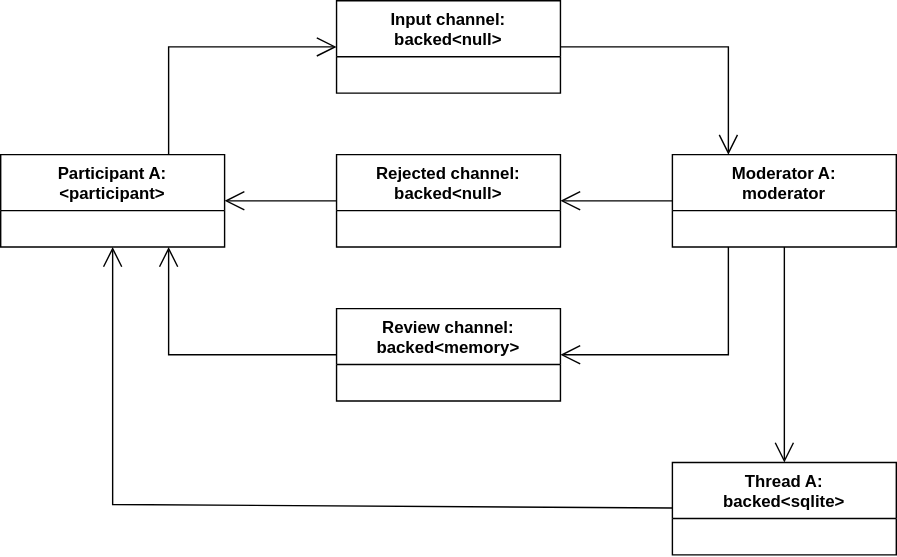
The draw.io diagram doc/moderated_channel.svg in vitalii-samoilenko/ai-chat-bot, before a commit. Source tidied: cells renumbered, new cells last; positions are measured from the earlier drawing's top-left corner, leaving out a move shared by most shapes.
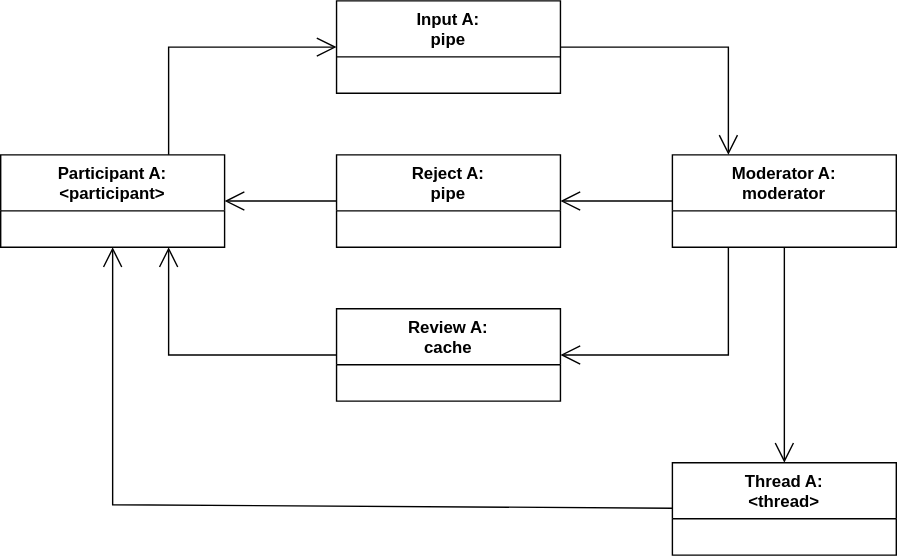
Above is the later version.

The edit, as a diff of the source:
```diff
@@ -5,7 +5,7 @@
     <mxCell id="2" value="Participant A:&lt;div&gt;&amp;lt;participant&amp;gt;&lt;/div&gt;" style="swimlane;fontStyle=1;align=center;verticalAlign=top;horizontal=1;startSize=40;whiteSpace=wrap;html=1;" parent="1" vertex="1">
       <mxGeometry y="110" width="160" height="66" as="geometry" />
     </mxCell>
-    <mxCell id="3" value="Input channel:&lt;div&gt;backed&amp;lt;null&amp;gt;&lt;/div&gt;" style="swimlane;fontStyle=1;align=center;verticalAlign=top;horizontal=1;startSize=40;whiteSpace=wrap;html=1;" parent="1" vertex="1">
+    <mxCell id="3" value="Input A:&lt;div&gt;pipe&lt;/div&gt;" style="swimlane;fontStyle=1;align=center;verticalAlign=top;horizontal=1;startSize=40;whiteSpace=wrap;html=1;" parent="1" vertex="1">
       <mxGeometry x="240" width="160" height="66" as="geometry" />
     </mxCell>
     <mxCell id="4" style="endArrow=open;endFill=1;endSize=12;html=1;rounded=0;exitX=0.75;exitY=0;exitDx=0;exitDy=0;" parent="1" edge="1" source="2" target="3">
@@ -25,13 +25,13 @@
         </Array>
       </mxGeometry>
     </mxCell>
-    <mxCell id="7" value="Thread A:&lt;div&gt;backed&amp;lt;sqlite&amp;gt;&lt;/div&gt;" style="swimlane;fontStyle=1;align=center;verticalAlign=top;horizontal=1;startSize=40;whiteSpace=wrap;html=1;" parent="1" vertex="1">
+    <mxCell id="7" value="Thread A:&lt;div&gt;&amp;lt;thread&amp;gt;&lt;/div&gt;" style="swimlane;fontStyle=1;align=center;verticalAlign=top;horizontal=1;startSize=40;whiteSpace=wrap;html=1;" parent="1" vertex="1">
       <mxGeometry x="480" y="330" width="160" height="66" as="geometry" />
     </mxCell>
-    <mxCell id="8" value="Rejected channel:&lt;div&gt;backed&amp;lt;null&amp;gt;&lt;/div&gt;" style="swimlane;fontStyle=1;align=center;verticalAlign=top;horizontal=1;startSize=40;whiteSpace=wrap;html=1;" parent="1" vertex="1">
+    <mxCell id="8" value="Reject A:&lt;div&gt;pipe&lt;/div&gt;" style="swimlane;fontStyle=1;align=center;verticalAlign=top;horizontal=1;startSize=40;whiteSpace=wrap;html=1;" parent="1" vertex="1">
       <mxGeometry x="240" y="110" width="160" height="66" as="geometry" />
     </mxCell>
-    <mxCell id="9" value="Review channel:&lt;div&gt;backed&amp;lt;memory&amp;gt;&lt;/div&gt;" style="swimlane;fontStyle=1;align=center;verticalAlign=top;horizontal=1;startSize=40;whiteSpace=wrap;html=1;" parent="1" vertex="1">
+    <mxCell id="9" value="Review A:&lt;div&gt;cache&lt;/div&gt;" style="swimlane;fontStyle=1;align=center;verticalAlign=top;horizontal=1;startSize=40;whiteSpace=wrap;html=1;" parent="1" vertex="1">
       <mxGeometry x="240" y="220" width="160" height="66" as="geometry" />
     </mxCell>
     <mxCell id="10" style="endArrow=open;endFill=1;endSize=12;html=1;rounded=0;" parent="1" edge="1" source="5" target="8">
```
